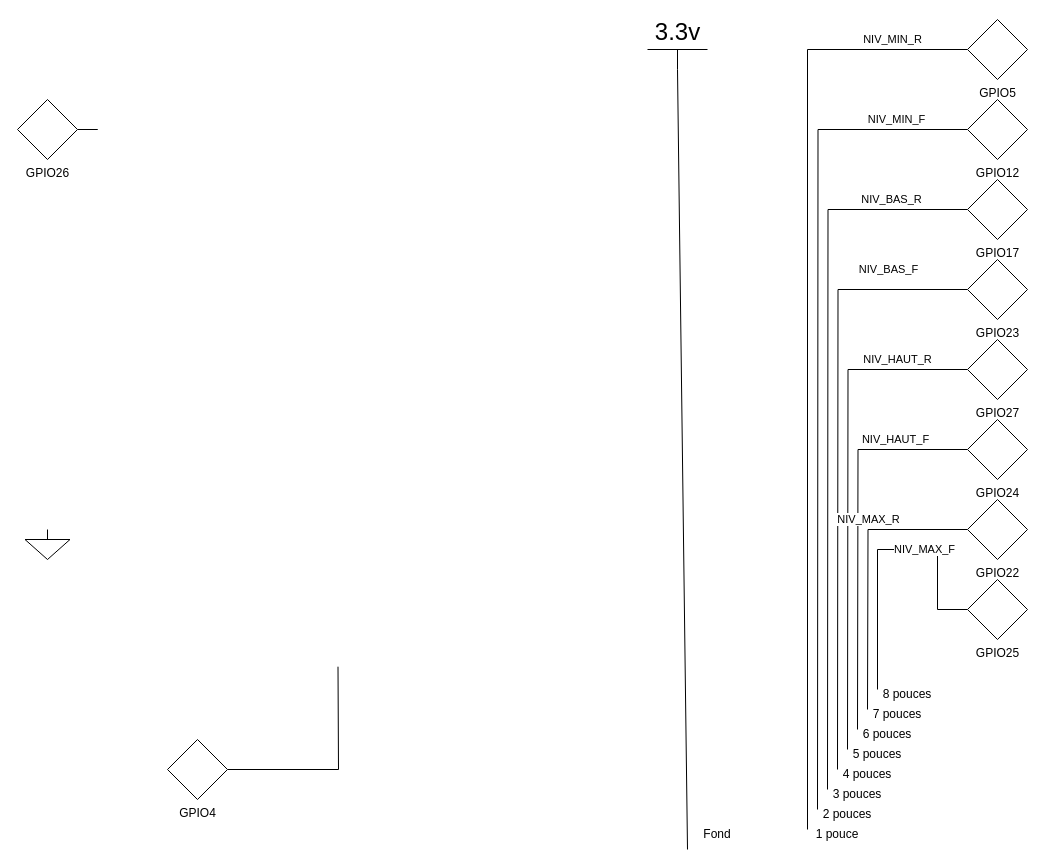
Earlier version of the draw.io diagram CabanaSucre.drawio (elfelip/cabanasucre). Source tidied: cells renumbered, new cells numbered last; positions are measured from the earlier drawing's top-left corner, leaving out a move shared by most shapes. Both pictures are drawn from the tidied source at 100%, with x=0, y=0 at pixel (17, 19).
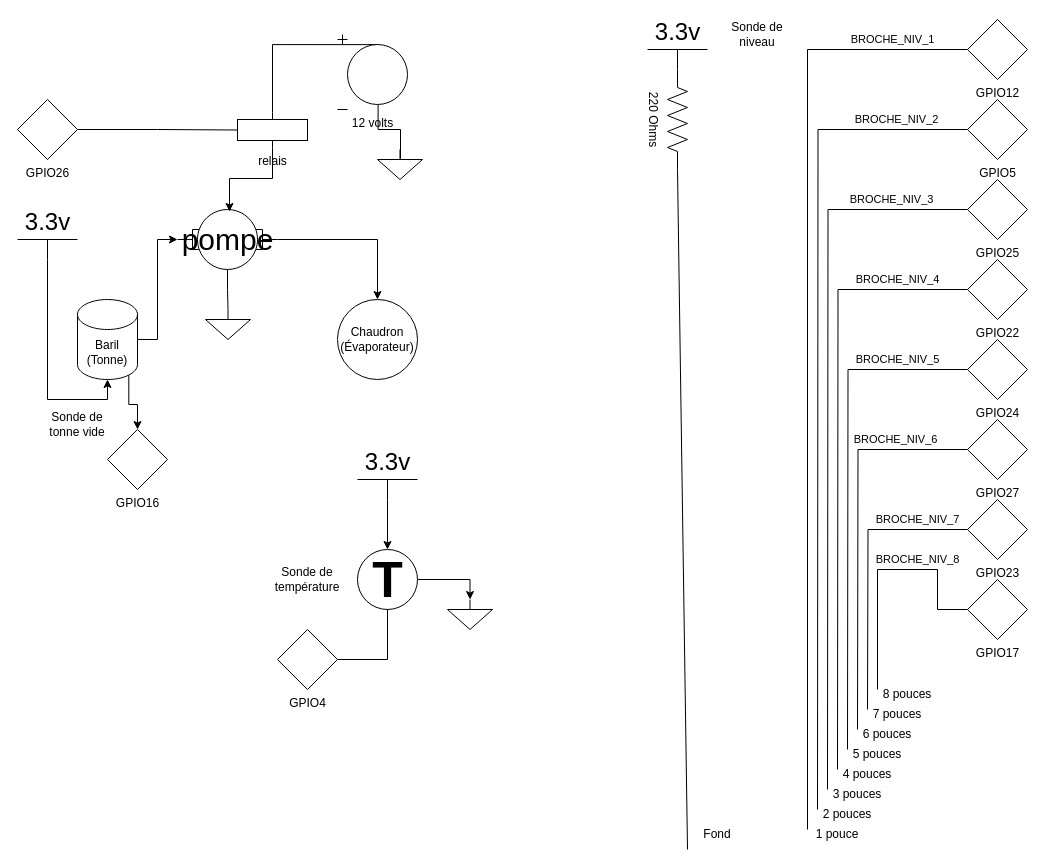
The same page after the edit.

Commit message:
Compléter dirgramme CabanaSucre.drawio

The change refers to these unchanged cells:
```xml
<mxCell id="20" value="GPIO26" style="verticalLabelPosition=bottom;shadow=0;dashed=0;align=center;html=1;verticalAlign=top;shape=mxgraph.electrical.signal_sources.source;points=[[0.5,0,0],[1,0.5,0],[0.5,1,0],[0,0.5,0]];elSignalType=none;elSourceType=dependent;" parent="1" vertex="1">
  <mxGeometry y="80" width="60" height="60" as="geometry" />
</mxCell>
<mxCell id="23" value="3.3v" style="verticalLabelPosition=top;verticalAlign=bottom;shape=mxgraph.electrical.signal_sources.vdd;shadow=0;dashed=0;align=center;strokeWidth=1;fontSize=24;html=1;flipV=1;" parent="1" vertex="1">
  <mxGeometry x="630" y="30" width="60" height="20" as="geometry" />
</mxCell>
```

Diff of the diagram source:
```diff
@@
-    <mxCell id="2" value="NIV_MIN_R" style="edgeStyle=orthogonalEdgeStyle;rounded=0;jettySize=auto;html=1;endArrow=none;endFill=0;exitX=0;exitY=0.5;exitDx=0;exitDy=0;exitPerimeter=0;" parent="1" edge="1" source="3">
+    <mxCell id="2" value="BROCHE_NIV_1" style="edgeStyle=orthogonalEdgeStyle;rounded=0;jettySize=auto;html=1;endArrow=none;endFill=0;exitX=0;exitY=0.5;exitDx=0;exitDy=0;exitPerimeter=0;" parent="1" edge="1" source="3">
       <mxGeometry x="-0.84" y="-10" relative="1" as="geometry">
         <mxPoint x="790" y="810" as="targetPoint" />
         <Array as="points">
           <mxPoint x="790" y="30" />
         </Array>
       </mxGeometry>
     </mxCell>
-    <mxCell id="3" value="GPIO5" style="verticalLabelPosition=bottom;shadow=0;dashed=0;align=center;html=1;verticalAlign=top;shape=mxgraph.electrical.signal_sources.source;points=[[0.5,0,0],[1,0.5,0],[0.5,1,0],[0,0.5,0]];elSignalType=none;elSourceType=dependent;" parent="1" vertex="1">
+    <mxCell id="3" value="GPIO12" style="verticalLabelPosition=bottom;shadow=0;dashed=0;align=center;html=1;verticalAlign=top;shape=mxgraph.electrical.signal_sources.source;points=[[0.5,0,0],[1,0.5,0],[0.5,1,0],[0,0.5,0]];elSignalType=none;elSourceType=dependent;" parent="1" vertex="1">
       <mxGeometry x="950" width="60" height="60" as="geometry" />
     </mxCell>
-    <mxCell id="4" value="NIV_MIN_F" style="edgeStyle=orthogonalEdgeStyle;rounded=0;jettySize=auto;html=1;endArrow=none;endFill=0;" parent="1" edge="1" source="5">
+    <mxCell id="4" value="BROCHE_NIV_2" style="edgeStyle=orthogonalEdgeStyle;rounded=0;jettySize=auto;html=1;endArrow=none;endFill=0;" parent="1" edge="1" source="5">
       <mxGeometry x="-0.83" y="-10" relative="1" as="geometry">
         <mxPoint x="800" y="790" as="targetPoint" />
       </mxGeometry>
     </mxCell>
-    <mxCell id="5" value="GPIO12" style="verticalLabelPosition=bottom;shadow=0;dashed=0;align=center;html=1;verticalAlign=top;shape=mxgraph.electrical.signal_sources.source;points=[[0.5,0,0],[1,0.5,0],[0.5,1,0],[0,0.5,0]];elSignalType=none;elSourceType=dependent;" parent="1" vertex="1">
+    <mxCell id="5" value="GPIO5" style="verticalLabelPosition=bottom;shadow=0;dashed=0;align=center;html=1;verticalAlign=top;shape=mxgraph.electrical.signal_sources.source;points=[[0.5,0,0],[1,0.5,0],[0.5,1,0],[0,0.5,0]];elSignalType=none;elSourceType=dependent;" parent="1" vertex="1">
       <mxGeometry x="950" y="80" width="60" height="60" as="geometry" />
     </mxCell>
-    <mxCell id="6" value="NIV_BAS_R" style="edgeStyle=orthogonalEdgeStyle;rounded=0;jettySize=auto;html=1;endArrow=none;endFill=0;" parent="1" edge="1" source="7">
+    <mxCell id="6" value="BROCHE_NIV_3" style="edgeStyle=orthogonalEdgeStyle;rounded=0;jettySize=auto;html=1;endArrow=none;endFill=0;" parent="1" edge="1" source="7">
       <mxGeometry x="-0.79" y="-10" relative="1" as="geometry">
         <mxPoint x="810" y="770" as="targetPoint" />
       </mxGeometry>
     </mxCell>
-    <mxCell id="7" value="GPIO17" style="verticalLabelPosition=bottom;shadow=0;dashed=0;align=center;html=1;verticalAlign=top;shape=mxgraph.electrical.signal_sources.source;points=[[0.5,0,0],[1,0.5,0],[0.5,1,0],[0,0.5,0]];elSignalType=none;elSourceType=dependent;" parent="1" vertex="1">
+    <mxCell id="7" value="GPIO25" style="verticalLabelPosition=bottom;shadow=0;dashed=0;align=center;html=1;verticalAlign=top;shape=mxgraph.electrical.signal_sources.source;points=[[0.5,0,0],[1,0.5,0],[0.5,1,0],[0,0.5,0]];elSignalType=none;elSourceType=dependent;" parent="1" vertex="1">
       <mxGeometry x="950" y="160" width="60" height="60" as="geometry" />
     </mxCell>
-    <mxCell id="8" value="NIV_BAS_F" style="edgeStyle=orthogonalEdgeStyle;rounded=0;jettySize=auto;html=1;exitX=0;exitY=0.5;exitDx=0;exitDy=0;exitPerimeter=0;endArrow=none;endFill=0;" parent="1" edge="1" source="9">
-      <mxGeometry x="-0.74" y="-20" relative="1" as="geometry">
+    <mxCell id="8" value="BROCHE_NIV_4" style="edgeStyle=orthogonalEdgeStyle;rounded=0;jettySize=auto;html=1;exitX=0;exitY=0.5;exitDx=0;exitDy=0;exitPerimeter=0;endArrow=none;endFill=0;" parent="1" edge="1" source="9">
+      <mxGeometry x="-0.77" y="-10" relative="1" as="geometry">
         <mxPoint x="820" y="750" as="targetPoint" />
       </mxGeometry>
     </mxCell>
-    <mxCell id="9" value="GPIO23" style="verticalLabelPosition=bottom;shadow=0;dashed=0;align=center;html=1;verticalAlign=top;shape=mxgraph.electrical.signal_sources.source;points=[[0.5,0,0],[1,0.5,0],[0.5,1,0],[0,0.5,0]];elSignalType=none;elSourceType=dependent;" parent="1" vertex="1">
+    <mxCell id="9" value="GPIO22" style="verticalLabelPosition=bottom;shadow=0;dashed=0;align=center;html=1;verticalAlign=top;shape=mxgraph.electrical.signal_sources.source;points=[[0.5,0,0],[1,0.5,0],[0.5,1,0],[0,0.5,0]];elSignalType=none;elSourceType=dependent;" parent="1" vertex="1">
       <mxGeometry x="950" y="240" width="60" height="60" as="geometry" />
     </mxCell>
-    <mxCell id="10" value="NIV_HAUT_R" style="edgeStyle=orthogonalEdgeStyle;rounded=0;jettySize=auto;html=1;endArrow=none;endFill=0;" parent="1" edge="1" source="11">
+    <mxCell id="10" value="BROCHE_NIV_5" style="edgeStyle=orthogonalEdgeStyle;rounded=0;jettySize=auto;html=1;endArrow=none;endFill=0;" parent="1" edge="1" source="11">
       <mxGeometry x="-0.72" y="-10" relative="1" as="geometry">
         <mxPoint x="830" y="730" as="targetPoint" />
       </mxGeometry>
     </mxCell>
-    <mxCell id="11" value="GPIO27" style="verticalLabelPosition=bottom;shadow=0;dashed=0;align=center;html=1;verticalAlign=top;shape=mxgraph.electrical.signal_sources.source;points=[[0.5,0,0],[1,0.5,0],[0.5,1,0],[0,0.5,0]];elSignalType=none;elSourceType=dependent;" parent="1" vertex="1">
+    <mxCell id="11" value="GPIO24" style="verticalLabelPosition=bottom;shadow=0;dashed=0;align=center;html=1;verticalAlign=top;shape=mxgraph.electrical.signal_sources.source;points=[[0.5,0,0],[1,0.5,0],[0.5,1,0],[0,0.5,0]];elSignalType=none;elSourceType=dependent;" parent="1" vertex="1">
       <mxGeometry x="950" y="320" width="60" height="60" as="geometry" />
     </mxCell>
-    <mxCell id="12" value="&lt;div&gt;NIV_HAUT_F&lt;/div&gt;" style="edgeStyle=orthogonalEdgeStyle;rounded=0;jettySize=auto;html=1;endArrow=none;endFill=0;" parent="1" edge="1" source="13">
+    <mxCell id="12" value="BROCHE_NIV_6" style="edgeStyle=orthogonalEdgeStyle;rounded=0;jettySize=auto;html=1;endArrow=none;endFill=0;" parent="1" edge="1" source="13">
       <mxGeometry x="-0.63" y="-10" relative="1" as="geometry">
         <mxPoint x="840" y="710" as="targetPoint" />
       </mxGeometry>
     </mxCell>
-    <mxCell id="13" value="GPIO24" style="verticalLabelPosition=bottom;shadow=0;dashed=0;align=center;html=1;verticalAlign=top;shape=mxgraph.electrical.signal_sources.source;points=[[0.5,0,0],[1,0.5,0],[0.5,1,0],[0,0.5,0]];elSignalType=none;elSourceType=dependent;" parent="1" vertex="1">
+    <mxCell id="13" value="GPIO27" style="verticalLabelPosition=bottom;shadow=0;dashed=0;align=center;html=1;verticalAlign=top;shape=mxgraph.electrical.signal_sources.source;points=[[0.5,0,0],[1,0.5,0],[0.5,1,0],[0,0.5,0]];elSignalType=none;elSourceType=dependent;" parent="1" vertex="1">
       <mxGeometry x="950" y="400" width="60" height="60" as="geometry" />
     </mxCell>
-    <mxCell id="14" value="NIV_MAX_R" style="edgeStyle=orthogonalEdgeStyle;rounded=0;jettySize=auto;html=1;endArrow=none;endFill=0;" parent="1" edge="1" source="15">
-      <mxGeometry x="-0.29" y="-10" relative="1" as="geometry">
+    <mxCell id="14" value="BROCHE_NIV_7" style="edgeStyle=orthogonalEdgeStyle;rounded=0;jettySize=auto;html=1;endArrow=none;endFill=0;" parent="1" edge="1" source="15">
+      <mxGeometry x="-0.64" y="-10" relative="1" as="geometry">
         <mxPoint x="850" y="690" as="targetPoint" />
       </mxGeometry>
     </mxCell>
-    <mxCell id="15" value="GPIO22" style="verticalLabelPosition=bottom;shadow=0;dashed=0;align=center;html=1;verticalAlign=top;shape=mxgraph.electrical.signal_sources.source;points=[[0.5,0,0],[1,0.5,0],[0.5,1,0],[0,0.5,0]];elSignalType=none;elSourceType=dependent;" parent="1" vertex="1">
+    <mxCell id="15" value="GPIO23" style="verticalLabelPosition=bottom;shadow=0;dashed=0;align=center;html=1;verticalAlign=top;shape=mxgraph.electrical.signal_sources.source;points=[[0.5,0,0],[1,0.5,0],[0.5,1,0],[0,0.5,0]];elSignalType=none;elSourceType=dependent;" parent="1" vertex="1">
       <mxGeometry x="950" y="480" width="60" height="60" as="geometry" />
     </mxCell>
-    <mxCell id="16" value="NIV_MAX_F" style="edgeStyle=orthogonalEdgeStyle;rounded=0;jettySize=auto;html=1;endArrow=none;endFill=0;" parent="1" edge="1" source="17">
-      <mxGeometry x="-0.29" relative="1" as="geometry">
+    <mxCell id="16" value="BROCHE_NIV_8" style="edgeStyle=orthogonalEdgeStyle;rounded=0;jettySize=auto;html=1;endArrow=none;endFill=0;" parent="1" edge="1" source="17">
+      <mxGeometry x="-0.28" y="-10" relative="1" as="geometry">
         <mxPoint x="860" y="670" as="targetPoint" />
         <Array as="points">
           <mxPoint x="920" y="590" />
-          <mxPoint x="920" y="530" />
-          <mxPoint x="860" y="530" />
+          <mxPoint x="920" y="550" />
+          <mxPoint x="860" y="550" />
         </Array>
       </mxGeometry>
     </mxCell>
-    <mxCell id="17" value="GPIO25" style="verticalLabelPosition=bottom;shadow=0;dashed=0;align=center;html=1;verticalAlign=top;shape=mxgraph.electrical.signal_sources.source;points=[[0.5,0,0],[1,0.5,0],[0.5,1,0],[0,0.5,0]];elSignalType=none;elSourceType=dependent;" parent="1" vertex="1">
+    <mxCell id="17" value="GPIO17" style="verticalLabelPosition=bottom;shadow=0;dashed=0;align=center;html=1;verticalAlign=top;shape=mxgraph.electrical.signal_sources.source;points=[[0.5,0,0],[1,0.5,0],[0.5,1,0],[0,0.5,0]];elSignalType=none;elSourceType=dependent;" parent="1" vertex="1">
       <mxGeometry x="950" y="560" width="60" height="60" as="geometry" />
     </mxCell>
     <mxCell id="18" style="verticalLabelPosition=bottom;shadow=0;dashed=0;align=center;html=1;verticalAlign=top;shape=mxgraph.electrical.signal_sources.signal_ground;" parent="1" vertex="1">
-      <mxGeometry x="7.5" y="510" width="45" height="30" as="geometry" />
+      <mxGeometry x="360" y="130" width="45" height="30" as="geometry" />
     </mxCell>
-    <mxCell id="19" style="edgeStyle=orthogonalEdgeStyle;rounded=0;jettySize=auto;html=1;endArrow=none;endFill=0;" parent="1" edge="1" source="20">
-      <mxGeometry relative="1" as="geometry">
-        <mxPoint x="67.3" y="110" as="targetPoint" />
-      </mxGeometry>
-    </mxCell>
+    <mxCell id="34" style="edgeStyle=orthogonalEdgeStyle;rounded=0;jettySize=auto;html=1;exitX=1;exitY=0.5;exitDx=0;exitDy=0;exitPerimeter=0;endArrow=none;endFill=0;" parent="1" edge="1" source="20" target="44">
+      <mxGeometry relative="1" as="geometry" />
+    </mxCell>
@@
-    <mxCell id="21" style="edgeStyle=orthogonalEdgeStyle;rounded=0;jettySize=auto;html=1;entryX=0.435;entryY=1;entryDx=0;entryDy=0;entryPerimeter=0;endArrow=none;endFill=0;" parent="1" edge="1" source="22">
-      <mxGeometry relative="1" as="geometry">
-        <mxPoint x="320.5" y="647.2" as="targetPoint" />
-      </mxGeometry>
+    <mxCell id="21" style="edgeStyle=orthogonalEdgeStyle;rounded=0;jettySize=auto;html=1;entryX=0.5;entryY=1;entryDx=0;entryDy=0;endArrow=none;endFill=0;" parent="1" edge="1" source="22" target="55">
+      <mxGeometry relative="1" as="geometry" />
     </mxCell>
     <mxCell id="22" value="GPIO4" style="verticalLabelPosition=bottom;shadow=0;dashed=0;align=center;html=1;verticalAlign=top;shape=mxgraph.electrical.signal_sources.source;points=[[0.5,0,0],[1,0.5,0],[0.5,1,0],[0,0.5,0]];elSignalType=none;elSourceType=dependent;" parent="1" vertex="1">
-      <mxGeometry x="150" y="720" width="60" height="60" as="geometry" />
+      <mxGeometry x="260" y="610" width="60" height="60" as="geometry" />
     </mxCell>
@@
-    <mxCell id="24" style="endArrow=none;html=1;rounded=0;entryX=0.5;entryY=0;entryDx=0;entryDy=0;entryPerimeter=0;" parent="1" edge="1" target="23">
+    <mxCell id="24" style="endArrow=none;html=1;rounded=0;entryX=1;entryY=0.5;entryDx=0;entryDy=0;entryPerimeter=0;" parent="1" edge="1" target="35">
       <mxGeometry relative="1" as="geometry">
         <mxPoint x="670" y="830" as="sourcePoint" />
       </mxGeometry>
     </mxCell>
@@
+    <mxCell id="35" value="220 Ohms" style="verticalLabelPosition=bottom;shadow=0;dashed=0;align=center;html=1;verticalAlign=top;shape=mxgraph.electrical.resistors.resistor_2;rotation=90;" parent="1" vertex="1">
+      <mxGeometry x="610" y="90" width="100" height="20" as="geometry" />
+    </mxCell>
+    <mxCell id="36" value="Sonde de niveau" style="text;html=1;strokeColor=none;fillColor=none;align=center;verticalAlign=middle;whiteSpace=wrap;rounded=0;" parent="1" vertex="1">
+      <mxGeometry x="710" width="60" height="30" as="geometry" />
+    </mxCell>
+    <mxCell id="37" style="edgeStyle=orthogonalEdgeStyle;rounded=0;jettySize=auto;html=1;endArrow=none;endFill=0;" parent="1" edge="1" source="39" target="45">
+      <mxGeometry relative="1" as="geometry" />
+    </mxCell>
+    <mxCell id="38" style="edgeStyle=orthogonalEdgeStyle;rounded=0;jettySize=auto;html=1;endArrow=classic;endFill=1;" parent="1" edge="1" source="39" target="49">
+      <mxGeometry relative="1" as="geometry" />
+    </mxCell>
+    <mxCell id="39" value="pompe" style="shape=mxgraph.electrical.electro-mechanical.motor_2;html=1;shadow=0;dashed=0;align=center;fontSize=30;strokeWidth=1;" parent="1" vertex="1">
+      <mxGeometry x="160" y="190" width="100" height="60" as="geometry" />
+    </mxCell>
+    <mxCell id="40" style="edgeStyle=orthogonalEdgeStyle;rounded=0;jettySize=auto;html=1;exitX=0.58;exitY=0.935;exitDx=0;exitDy=0;exitPerimeter=0;entryX=0.511;entryY=0.3;entryDx=0;entryDy=0;entryPerimeter=0;endArrow=none;endFill=0;" parent="1" edge="1" source="42" target="18">
+      <mxGeometry relative="1" as="geometry" />
+    </mxCell>
+    <mxCell id="41" style="edgeStyle=orthogonalEdgeStyle;rounded=0;jettySize=auto;html=1;exitX=0.58;exitY=0.135;exitDx=0;exitDy=0;exitPerimeter=0;entryX=0.5;entryY=0;entryDx=0;entryDy=0;entryPerimeter=0;endArrow=none;endFill=0;" parent="1" edge="1" source="42" target="44">
+      <mxGeometry relative="1" as="geometry" />
+    </mxCell>
+    <mxCell id="42" value="12 volts" style="verticalLabelPosition=bottom;shadow=0;dashed=0;align=center;html=1;verticalAlign=top;shape=mxgraph.electrical.signal_sources.dc_source_1;" parent="1" vertex="1">
+      <mxGeometry x="320" y="15" width="70" height="75" as="geometry" />
+    </mxCell>
+    <mxCell id="43" style="edgeStyle=orthogonalEdgeStyle;rounded=0;jettySize=auto;html=1;exitX=0.5;exitY=1;exitDx=0;exitDy=0;exitPerimeter=0;entryX=0.52;entryY=0.033;entryDx=0;entryDy=0;entryPerimeter=0;" parent="1" edge="1" source="44" target="39">
+      <mxGeometry relative="1" as="geometry" />
+    </mxCell>
+    <mxCell id="44" value="relais" style="verticalLabelPosition=bottom;shadow=0;dashed=0;align=center;html=1;verticalAlign=top;shape=mxgraph.electrical.electro-mechanical.relay_coil;" parent="1" vertex="1">
+      <mxGeometry x="220" y="93" width="70" height="35" as="geometry" />
+    </mxCell>
+    <mxCell id="45" style="verticalLabelPosition=bottom;shadow=0;dashed=0;align=center;html=1;verticalAlign=top;shape=mxgraph.electrical.signal_sources.signal_ground;" parent="1" vertex="1">
+      <mxGeometry x="188" y="290" width="45" height="30" as="geometry" />
+    </mxCell>
+    <mxCell id="46" style="edgeStyle=orthogonalEdgeStyle;rounded=0;jettySize=auto;html=1;entryX=0;entryY=0.5;entryDx=0;entryDy=0;entryPerimeter=0;endArrow=classic;endFill=1;" parent="1" edge="1" source="48" target="39">
+      <mxGeometry relative="1" as="geometry" />
+    </mxCell>
+    <mxCell id="47" style="edgeStyle=orthogonalEdgeStyle;rounded=0;jettySize=auto;html=1;exitX=0.855;exitY=1;exitDx=0;exitDy=-4.35;exitPerimeter=0;entryX=0.5;entryY=0;entryDx=0;entryDy=0;entryPerimeter=0;endArrow=classic;endFill=1;" parent="1" edge="1" source="48" target="52">
+      <mxGeometry relative="1" as="geometry" />
+    </mxCell>
+    <mxCell id="48" value="Baril (Tonne)" style="shape=cylinder3;whiteSpace=wrap;html=1;boundedLbl=1;backgroundOutline=1;size=15;" parent="1" vertex="1">
+      <mxGeometry x="60" y="280" width="60" height="80" as="geometry" />
+    </mxCell>
+    <mxCell id="49" value="Chaudron (Évaporateur)" style="ellipse;whiteSpace=wrap;html=1;" parent="1" vertex="1">
+      <mxGeometry x="320" y="280" width="80" height="80" as="geometry" />
+    </mxCell>
+    <mxCell id="50" style="edgeStyle=orthogonalEdgeStyle;rounded=0;jettySize=auto;html=1;exitX=0.5;exitY=0;exitDx=0;exitDy=0;exitPerimeter=0;entryX=0.5;entryY=1;entryDx=0;entryDy=0;entryPerimeter=0;endArrow=classic;endFill=1;" parent="1" edge="1" source="51" target="48">
+      <mxGeometry relative="1" as="geometry" />
+    </mxCell>
+    <mxCell id="51" value="3.3v" style="verticalLabelPosition=top;verticalAlign=bottom;shape=mxgraph.electrical.signal_sources.vdd;shadow=0;dashed=0;align=center;strokeWidth=1;fontSize=24;html=1;flipV=1;" parent="1" vertex="1">
+      <mxGeometry y="220" width="60" height="20" as="geometry" />
+    </mxCell>
+    <mxCell id="52" value="GPIO16" style="verticalLabelPosition=bottom;shadow=0;dashed=0;align=center;html=1;verticalAlign=top;shape=mxgraph.electrical.signal_sources.source;points=[[0.5,0,0],[1,0.5,0],[0.5,1,0],[0,0.5,0]];elSignalType=none;elSourceType=dependent;" parent="1" vertex="1">
+      <mxGeometry x="90" y="410" width="60" height="60" as="geometry" />
+    </mxCell>
+    <mxCell id="53" value="Sonde de tonne vide" style="text;html=1;strokeColor=none;fillColor=none;align=center;verticalAlign=middle;whiteSpace=wrap;rounded=0;" parent="1" vertex="1">
+      <mxGeometry x="30" y="390" width="60" height="30" as="geometry" />
+    </mxCell>
+    <mxCell id="54" style="edgeStyle=orthogonalEdgeStyle;rounded=0;jettySize=auto;html=1;exitX=1;exitY=0.5;exitDx=0;exitDy=0;entryX=0.5;entryY=0;entryDx=0;entryDy=0;entryPerimeter=0;endArrow=classic;endFill=1;" parent="1" edge="1" source="55" target="57">
+      <mxGeometry relative="1" as="geometry" />
+    </mxCell>
+    <mxCell id="55" value="T" style="verticalLabelPosition=middle;shadow=0;dashed=0;align=center;html=1;verticalAlign=middle;strokeWidth=1;shape=ellipse;fontSize=50;fontStyle=1;perimeter=ellipsePerimeter;" parent="1" vertex="1">
+      <mxGeometry x="340" y="530" width="60" height="60" as="geometry" />
+    </mxCell>
+    <mxCell id="56" value="Sonde de température" style="text;html=1;strokeColor=none;fillColor=none;align=center;verticalAlign=middle;whiteSpace=wrap;rounded=0;" parent="1" vertex="1">
+      <mxGeometry x="260" y="545" width="60" height="30" as="geometry" />
+    </mxCell>
+    <mxCell id="57" style="verticalLabelPosition=bottom;shadow=0;dashed=0;align=center;html=1;verticalAlign=top;shape=mxgraph.electrical.signal_sources.signal_ground;" parent="1" vertex="1">
+      <mxGeometry x="430" y="580" width="45" height="30" as="geometry" />
+    </mxCell>
+    <mxCell id="58" style="edgeStyle=orthogonalEdgeStyle;rounded=0;jettySize=auto;html=1;exitX=0.5;exitY=0;exitDx=0;exitDy=0;exitPerimeter=0;entryX=0.5;entryY=0;entryDx=0;entryDy=0;endArrow=classic;endFill=1;" parent="1" edge="1" source="59" target="55">
+      <mxGeometry relative="1" as="geometry" />
+    </mxCell>
+    <mxCell id="59" value="3.3v" style="verticalLabelPosition=top;verticalAlign=bottom;shape=mxgraph.electrical.signal_sources.vdd;shadow=0;dashed=0;align=center;strokeWidth=1;fontSize=24;html=1;flipV=1;" parent="1" vertex="1">
+      <mxGeometry x="340" y="460" width="60" height="20" as="geometry" />
+    </mxCell>
```
